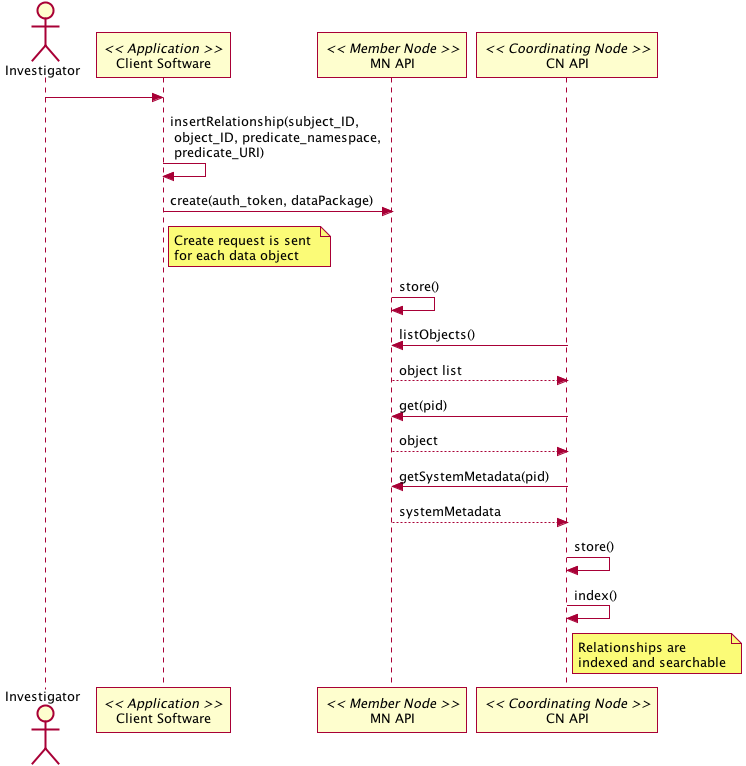
Earlier version of the PlantUML export docs/use-cases/provenance/images/41_seq.png (DataONEorg/sem-prov-design). Its diagram source:
```plantuml
@startuml images/41_seq.png
   Actor Investigator
   participant "Client Software" as app_client << Application >>
   Investigator -> app_client
   participant "MN API" as mn_api << Member Node >>
   participant "CN API" as cn_api << Coordinating Node >>

   app_client -> app_client: insertRelationship(subject_ID, \n object_ID, predicate_namespace, \n predicate_URI)

   app_client -> mn_api: create(auth_token, dataPackage)
   note right of app_client
   Create request is sent
   for each data object
   end note

   mn_api -> mn_api: store()

   cn_api -> mn_api: listObjects()

   mn_api --> cn_api: object list

   cn_api -> mn_api: get(pid)
   mn_api --> cn_api: object

   cn_api -> mn_api: getSystemMetadata(pid)
   mn_api --> cn_api: systemMetadata

   cn_api -> cn_api: store()
   cn_api -> cn_api: index()
   note right of cn_api
   Relationships are
   indexed and searchable
   end note

   @enduml
```
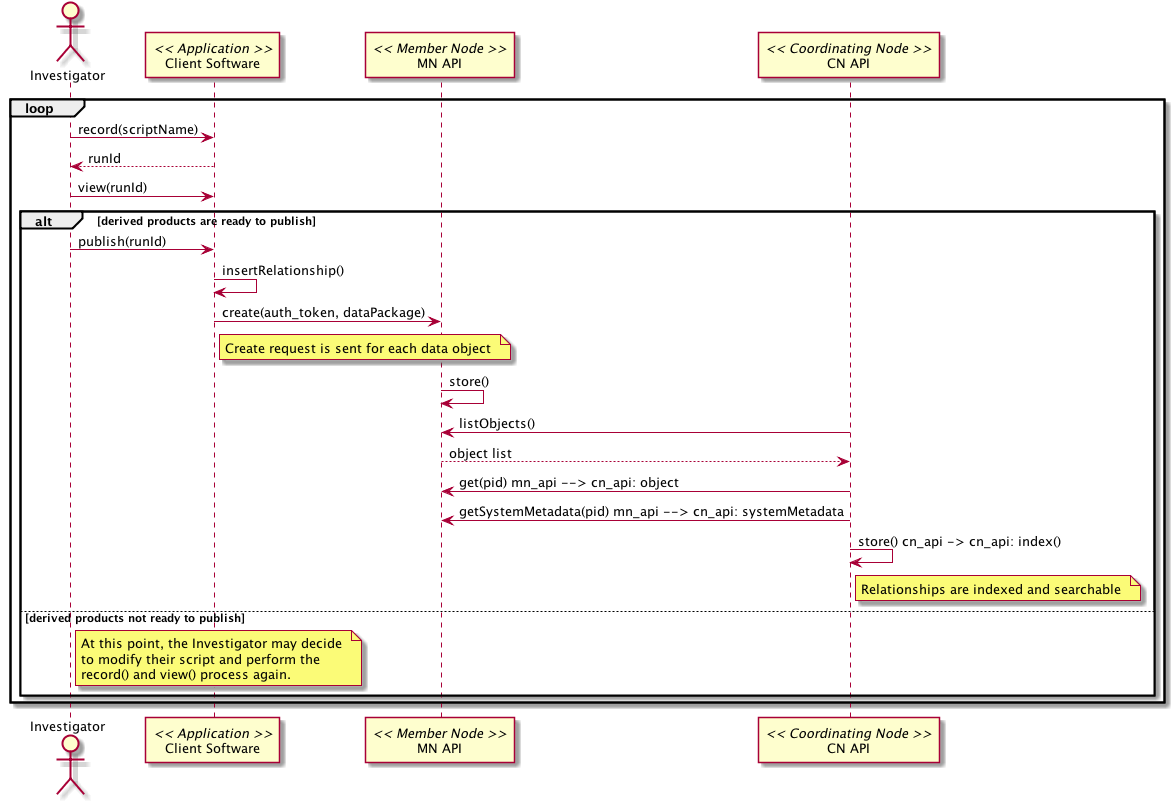
After the change.

Commit message:
update use case 41 diagrams with record(), view(), publish()

What changed in the source:
```diff
@@ -1,35 +1,35 @@
 @startuml images/41_seq.png
-   Actor Investigator
-   participant "Client Software" as app_client << Application >>
-   Investigator -> app_client
-   participant "MN API" as mn_api << Member Node >>
-   participant "CN API" as cn_api << Coordinating Node >>
+Actor Investigator
+participant "Client Software" as app_client << Application >>
+participant "MN API" as mn_api << Member Node >>
+participant "CN API" as cn_api << Coordinating Node >>
+loop
+Investigator -> app_client: record(scriptName)
+app_client --> Investigator: runId
+Investigator -> app_client: view(runId)
+alt derived products are ready to publish
+Investigator -> app_client: publish(runId)
+app_client -> app_client: insertRelationship()
+app_client -> mn_api: create(auth_token, dataPackage)
+note right of app_client
+Create request is sent for each data object
+end note
+mn_api -> mn_api: store()
+cn_api -> mn_api: listObjects()
+mn_api --> cn_api: object list
+cn_api -> mn_api: get(pid) mn_api --> cn_api: object
+cn_api -> mn_api: getSystemMetadata(pid) mn_api --> cn_api: systemMetadata
+cn_api -> cn_api: store() cn_api -> cn_api: index()
+note right of cn_api
+Relationships are indexed and searchable
+end note
+else derived products not ready to publish
+note right of Investigator
+At this point, the Investigator may decide
+to modify their script and perform the
+record() and view() process again.
+end note
+end
+end
 
-   app_client -> app_client: insertRelationship(subject_ID, \n object_ID, predicate_namespace, \n predicate_URI)
-
-   app_client -> mn_api: create(auth_token, dataPackage)
-   note right of app_client
-   Create request is sent
-   for each data object
-   end note
-
-   mn_api -> mn_api: store()
-
-   cn_api -> mn_api: listObjects()
-
-   mn_api --> cn_api: object list
-
-   cn_api -> mn_api: get(pid)
-   mn_api --> cn_api: object
-
-   cn_api -> mn_api: getSystemMetadata(pid)
-   mn_api --> cn_api: systemMetadata
-
-   cn_api -> cn_api: store()
-   cn_api -> cn_api: index()
-   note right of cn_api
-   Relationships are
-   indexed and searchable
-   end note
-
-   @enduml
+@enduml
```
